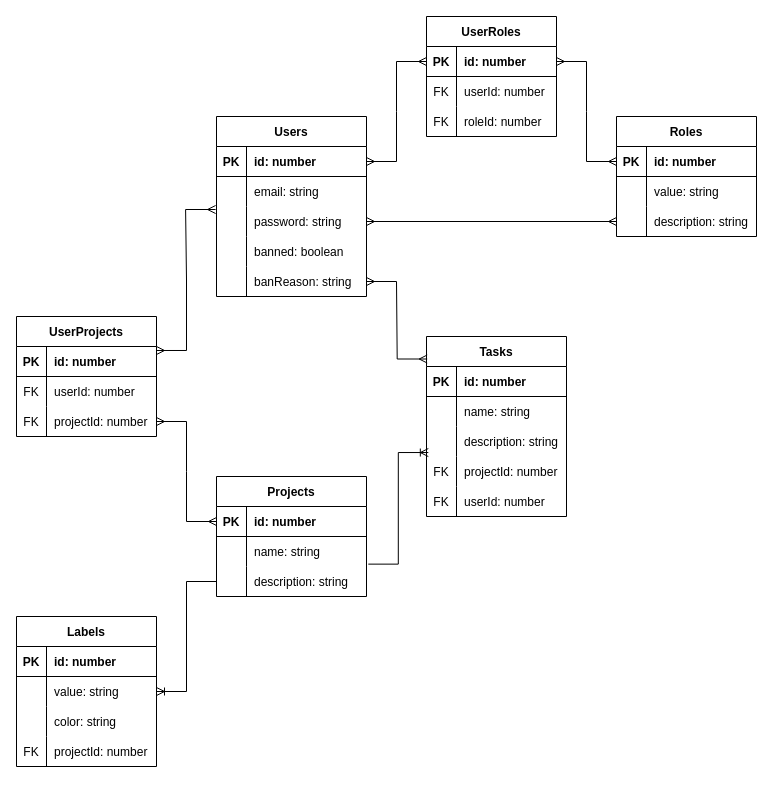
kurockett/stoei-course-project keeps this draw.io diagram as docs/DatabaseSchema.drawio. Above is the earlier version. Source tidied: cells renumbered, new cells numbered last; positions are measured from the earlier drawing's top-left corner, leaving out a move shared by most shapes. Both pictures are drawn from the tidied source at 100%, with x=0, y=0 at pixel (16, 16).
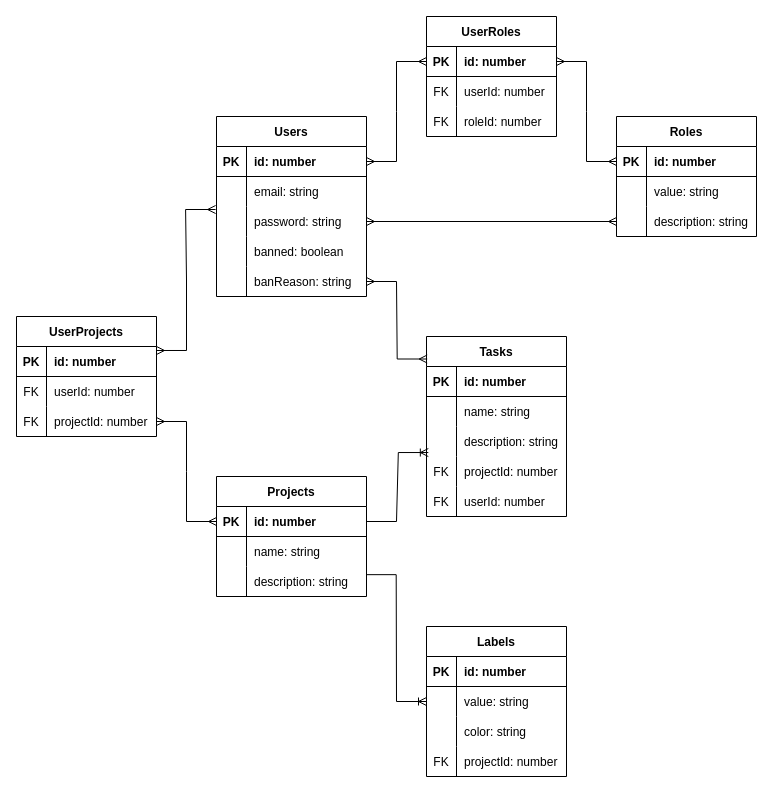
Above is the later version.

Unchanged cells that the change refers to:
```xml
<mxCell id="42" style="shape=partialRectangle;fillColor=none;top=0;left=0;bottom=1;right=0;points=[[0,0.5],[1,0.5]];portConstraint=eastwest;fontStyle=0;" parent="41" vertex="1">
  <mxGeometry y="30" width="150" height="30" as="geometry" />
</mxCell>
<mxCell id="45" style="shape=partialRectangle;fillColor=none;top=0;left=0;bottom=0;right=0;points=[[0,0.5],[1,0.5]];portConstraint=eastwest;fontStyle=0;" parent="41" vertex="1">
  <mxGeometry y="60" width="150" height="30" as="geometry" />
</mxCell>
<mxCell id="48" style="shape=partialRectangle;fillColor=none;top=0;left=0;bottom=0;right=0;points=[[0,0.5],[1,0.5]];portConstraint=eastwest;fontStyle=0;" parent="41" vertex="1">
  <mxGeometry y="90" width="150" height="30" as="geometry" />
</mxCell>
<mxCell id="61" style="shape=partialRectangle;fillColor=none;top=0;left=0;bottom=0;right=0;points=[[0,0.5],[1,0.5]];portConstraint=eastwest;fontStyle=0;" parent="51" vertex="1">
  <mxGeometry y="120" width="140" height="30" as="geometry" />
</mxCell>
<mxCell id="83" style="shape=partialRectangle;fillColor=none;top=0;left=0;bottom=0;right=0;points=[[0,0.5],[1,0.5]];portConstraint=eastwest;fontStyle=0;" parent="79" vertex="1">
  <mxGeometry y="60" width="140" height="30" as="geometry" />
</mxCell>
```

Diff of the diagram source:
```diff
@@
     <mxCell id="79" value="Labels" style="shape=table;startSize=30;childLayout=tableLayout;rowLines=0;fontStyle=1;align=center;" parent="1" vertex="1">
-      <mxGeometry y="600" width="140" height="150" as="geometry" />
+      <mxGeometry x="410" y="610" width="140" height="150" as="geometry" />
     </mxCell>
@@
-    <mxCell id="93" style="edgeStyle=entityRelationEdgeStyle;fontSize=12;html=1;endArrow=ERoneToMany;rounded=0;strokeWidth=1;entryX=1;entryY=0.5;entryDx=0;entryDy=0;exitX=0;exitY=0.5;exitDx=0;exitDy=0;" parent="1" edge="1" source="48" target="83">
+    <mxCell id="93" style="edgeStyle=entityRelationEdgeStyle;fontSize=12;html=1;endArrow=ERoneToMany;rounded=0;strokeWidth=1;entryX=0;entryY=0.5;entryDx=0;entryDy=0;exitX=0.998;exitY=0.272;exitDx=0;exitDy=0;exitPerimeter=0;" parent="1" edge="1" source="48" target="83">
       <mxGeometry relative="1" as="geometry" />
     </mxCell>
-    <mxCell id="94" style="edgeStyle=entityRelationEdgeStyle;fontSize=12;html=1;endArrow=ERoneToMany;rounded=0;strokeWidth=1;entryX=0.013;entryY=-0.132;entryDx=0;entryDy=0;entryPerimeter=0;exitX=1.012;exitY=0.921;exitDx=0;exitDy=0;exitPerimeter=0;" parent="1" edge="1" source="45" target="61">
+    <mxCell id="94" style="edgeStyle=entityRelationEdgeStyle;fontSize=12;html=1;endArrow=ERoneToMany;rounded=0;strokeWidth=1;entryX=0.013;entryY=-0.132;entryDx=0;entryDy=0;entryPerimeter=0;exitX=1;exitY=0.5;exitDx=0;exitDy=0;" parent="1" edge="1" source="42" target="61">
       <mxGeometry relative="1" as="geometry" />
     </mxCell>
```
